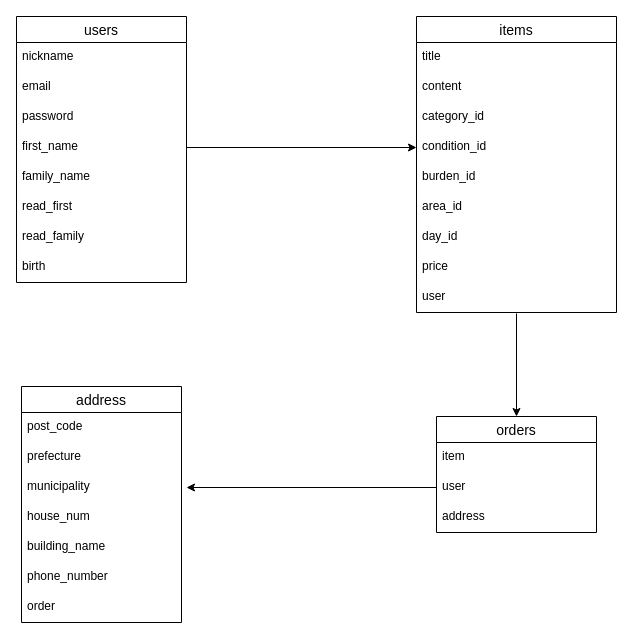
This is furima.dio from lemon0922/furima-38251, a draw.io file, before an edit. Source tidied: cells renumbered, new cells numbered last; positions are measured from the earlier drawing's top-left corner, leaving out a move shared by most shapes. Both pictures are drawn from the tidied source at 100%, with x=0, y=0 at pixel (16, 16).
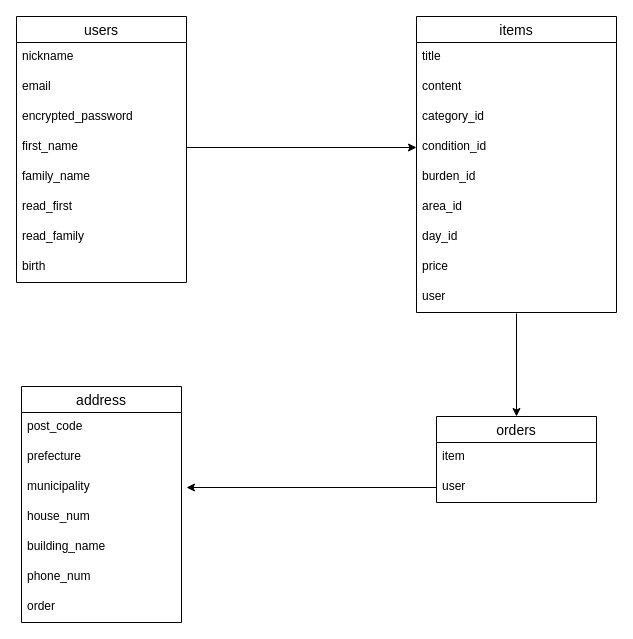
The same page after the edit.

Commit message (it also covers changes not shown here):
データベース設計修正２

The change refers to these unchanged cells:
```xml
<mxCell id="2" value="users" style="swimlane;fontStyle=0;horizontal=1;startSize=26;align=center;fontSize=14;" parent="1" vertex="1">
  <mxGeometry width="170" height="266" as="geometry" />
</mxCell>
<mxCell id="21" value="address" style="swimlane;fontStyle=0;horizontal=1;startSize=26;align=center;fontSize=14;" parent="1" vertex="1">
  <mxGeometry x="5" y="370" width="160" height="236" as="geometry" />
</mxCell>
```

Change to the diagram source:
```diff
@@
-    <mxCell id="5" value="password" style="text;strokeColor=none;fillColor=none;spacingLeft=4;spacingRight=4;overflow=hidden;fontSize=12;" parent="2" vertex="1">
+    <mxCell id="5" value="encrypted_password" style="text;strokeColor=none;fillColor=none;spacingLeft=4;spacingRight=4;overflow=hidden;fontSize=12;" parent="2" vertex="1">
       <mxGeometry y="86" width="170" height="30" as="geometry" />
     </mxCell>
@@
-    <mxCell id="27" value="phone_number" style="text;strokeColor=none;fillColor=none;spacingLeft=4;spacingRight=4;overflow=hidden;fontSize=12;" parent="21" vertex="1">
+    <mxCell id="27" value="phone_num" style="text;strokeColor=none;fillColor=none;spacingLeft=4;spacingRight=4;overflow=hidden;fontSize=12;" parent="21" vertex="1">
       <mxGeometry y="176" width="160" height="30" as="geometry" />
     </mxCell>
@@
     <mxCell id="29" value="orders" style="swimlane;fontStyle=0;horizontal=1;startSize=26;align=center;fontSize=14;" parent="1" vertex="1">
-      <mxGeometry x="420" y="400" width="160" height="116" as="geometry" />
+      <mxGeometry x="420" y="400" width="160" height="86" as="geometry" />
     </mxCell>
@@
-    <mxCell id="32" value="address" style="text;strokeColor=none;fillColor=none;spacingLeft=4;spacingRight=4;overflow=hidden;fontSize=12;" parent="29" vertex="1">
-      <mxGeometry y="86" width="160" height="30" as="geometry" />
-    </mxCell>
```
